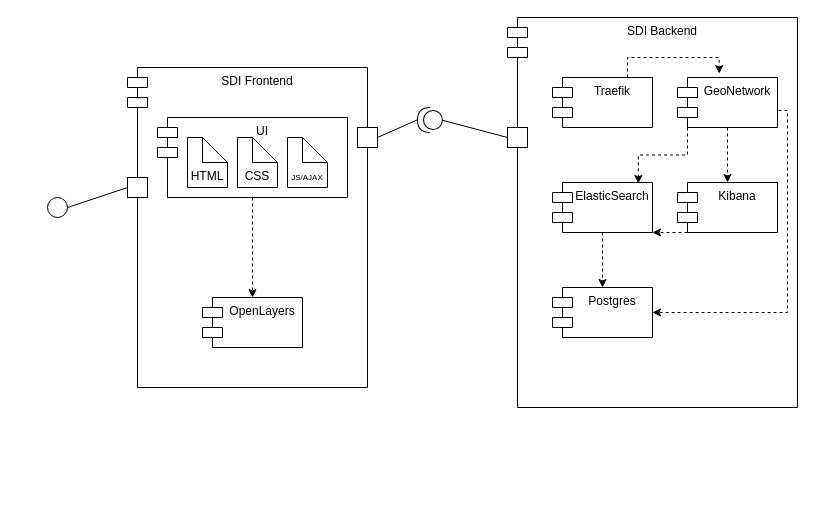
Earlier version of the draw.io diagram UMLDiag.drawio (sudikin/local-sdi). Source tidied: cells renumbered, new cells numbered last; positions are measured from the earlier drawing's top-left corner, leaving out a move shared by most shapes. Both pictures are drawn from the tidied source at 100%, with x=0, y=0 at pixel (47, 17).
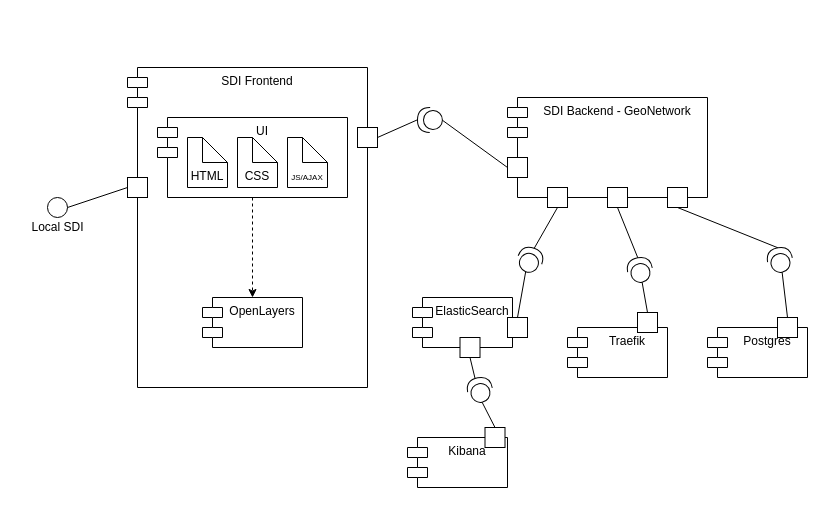
Above is the later version.

What changed in the source:
```diff
@@
-    <mxCell id="2" value="SDI Backend" style="shape=module;align=left;spacingLeft=20;align=center;verticalAlign=top;whiteSpace=wrap;html=1;" parent="1" vertex="1">
-      <mxGeometry x="460" width="290" height="390" as="geometry" />
+    <mxCell id="2" value="SDI Backend - GeoNetwork" style="shape=module;align=left;spacingLeft=20;align=center;verticalAlign=top;whiteSpace=wrap;html=1;" parent="1" vertex="1">
+      <mxGeometry x="460" y="80" width="200" height="100" as="geometry" />
     </mxCell>
     <mxCell id="3" style="fontStyle=0;labelPosition=right;verticalLabelPosition=middle;align=left;verticalAlign=middle;spacingLeft=2;html=1;" parent="1" vertex="1">
-      <mxGeometry x="460" y="110" width="20" height="20" as="geometry" />
+      <mxGeometry x="460" y="140" width="20" height="20" as="geometry" />
     </mxCell>
@@
-    <mxCell id="20" style="edgeStyle=orthogonalEdgeStyle;rounded=0;jettySize=auto;html=1;exitX=0.5;exitY=1;exitDx=0;exitDy=0;entryX=0.5;entryY=0;entryDx=0;entryDy=0;dashed=1;" parent="1" edge="1" source="21" target="27">
-      <mxGeometry relative="1" as="geometry" />
-    </mxCell>
-    <mxCell id="21" value="GeoNetwork" style="shape=module;align=left;spacingLeft=20;align=center;verticalAlign=top;whiteSpace=wrap;html=1;" parent="1" vertex="1">
-      <mxGeometry x="630" y="60" width="100" height="50" as="geometry" />
-    </mxCell>
-    <mxCell id="22" style="edgeStyle=orthogonalEdgeStyle;rounded=0;jettySize=auto;html=1;exitX=0.5;exitY=1;exitDx=0;exitDy=0;entryX=0.5;entryY=0;entryDx=0;entryDy=0;dashed=1;" parent="1" edge="1" source="23" target="24">
-      <mxGeometry relative="1" as="geometry" />
-    </mxCell>
+    <mxCell id="31" style="shape=providedRequiredInterface;html=1;verticalLabelPosition=bottom;sketch=0;rotation=-70;" parent="1" vertex="1">
+      <mxGeometry x="470" y="230" width="24.9" height="25" as="geometry" />
+    </mxCell>
+    <mxCell id="32" style="group;" parent="1" vertex="1">
+      <mxGeometry x="365" y="280" width="115" height="50" as="geometry" />
+    </mxCell>
-    <mxCell id="23" value="ElasticSearch" style="shape=module;align=left;spacingLeft=20;align=center;verticalAlign=top;whiteSpace=wrap;html=1;" parent="1" vertex="1">
-      <mxGeometry x="505" y="165" width="100" height="50" as="geometry" />
+    <mxCell id="23" value="ElasticSearch" style="shape=module;align=left;spacingLeft=20;align=center;verticalAlign=top;whiteSpace=wrap;html=1;" parent="32" vertex="1">
+      <mxGeometry width="100" height="50" as="geometry" />
     </mxCell>
+    <mxCell id="33" style="fontStyle=0;labelPosition=right;verticalLabelPosition=middle;align=left;verticalAlign=middle;spacingLeft=2;html=1;" parent="32" vertex="1">
+      <mxGeometry x="95" y="20" width="20" height="20" as="geometry" />
+    </mxCell>
+    <mxCell id="34" style="endArrow=none;startArrow=none;endFill=0;startFill=0;endSize=8;html=1;verticalAlign=bottom;labelBackgroundColor=none;strokeWidth=1;rounded=0;entryX=0.5;entryY=0;entryDx=0;entryDy=0;exitX=0;exitY=0.5;exitDx=0;exitDy=0;exitPerimeter=0;" parent="1" edge="1" source="31" target="33">
+      <mxGeometry relative="1" as="geometry" />
+    </mxCell>
+    <mxCell id="35" style="fontStyle=0;labelPosition=right;verticalLabelPosition=middle;align=left;verticalAlign=middle;spacingLeft=2;html=1;" parent="1" vertex="1">
+      <mxGeometry x="500" y="170" width="20" height="20" as="geometry" />
+    </mxCell>
+    <mxCell id="36" style="fontStyle=0;labelPosition=right;verticalLabelPosition=middle;align=left;verticalAlign=middle;spacingLeft=2;html=1;" parent="1" vertex="1">
+      <mxGeometry x="560" y="170" width="20" height="20" as="geometry" />
+    </mxCell>
+    <mxCell id="37" style="fontStyle=0;labelPosition=right;verticalLabelPosition=middle;align=left;verticalAlign=middle;spacingLeft=2;html=1;" parent="1" vertex="1">
+      <mxGeometry x="620" y="170" width="20" height="20" as="geometry" />
+    </mxCell>
+    <mxCell id="38" style="endArrow=none;startArrow=none;endFill=0;startFill=0;endSize=8;html=1;verticalAlign=bottom;labelBackgroundColor=none;strokeWidth=1;rounded=0;entryX=1;entryY=0.5;entryDx=0;entryDy=0;exitX=0.5;exitY=1;exitDx=0;exitDy=0;entryPerimeter=0;" parent="1" edge="1" source="35" target="31">
+      <mxGeometry relative="1" as="geometry" />
+    </mxCell>
+    <mxCell id="39" style="endArrow=none;startArrow=none;endFill=0;startFill=0;endSize=8;html=1;verticalAlign=bottom;labelBackgroundColor=none;strokeWidth=1;rounded=0;entryX=0.5;entryY=1;entryDx=0;entryDy=0;exitX=1;exitY=0.5;exitDx=0;exitDy=0;exitPerimeter=0;" parent="1" edge="1" source="51" target="36">
+      <mxGeometry relative="1" as="geometry" />
+    </mxCell>
+    <mxCell id="40" style="endArrow=none;startArrow=none;endFill=0;startFill=0;endSize=8;html=1;verticalAlign=bottom;labelBackgroundColor=none;strokeWidth=1;rounded=0;entryX=1;entryY=0.5;entryDx=0;entryDy=0;exitX=0.5;exitY=1;exitDx=0;exitDy=0;entryPerimeter=0;" parent="1" edge="1" source="37" target="52">
+      <mxGeometry relative="1" as="geometry" />
+    </mxCell>
+    <mxCell id="41" style="fontStyle=0;labelPosition=right;verticalLabelPosition=middle;align=left;verticalAlign=middle;spacingLeft=2;html=1;" parent="1" vertex="1">
+      <mxGeometry x="412.5" y="320" width="20" height="20" as="geometry" />
+    </mxCell>
+    <mxCell id="42" style="group;" parent="1" vertex="1">
+      <mxGeometry x="360" y="410" width="100" height="60" as="geometry" />
+    </mxCell>
+    <mxCell id="27" value="Kibana" style="shape=module;align=left;spacingLeft=20;align=center;verticalAlign=top;whiteSpace=wrap;html=1;" parent="42" vertex="1">
+      <mxGeometry y="10" width="100" height="50" as="geometry" />
+    </mxCell>
+    <mxCell id="43" style="fontStyle=0;labelPosition=right;verticalLabelPosition=middle;align=left;verticalAlign=middle;spacingLeft=2;html=1;" parent="42" vertex="1">
+      <mxGeometry x="77.5" width="20" height="20" as="geometry" />
+    </mxCell>
+    <mxCell id="44" style="shape=providedRequiredInterface;html=1;verticalLabelPosition=bottom;sketch=0;rotation=-100;" parent="1" vertex="1">
+      <mxGeometry x="420" y="360" width="24.9" height="25" as="geometry" />
+    </mxCell>
+    <mxCell id="45" style="endArrow=none;startArrow=none;endFill=0;startFill=0;endSize=8;html=1;verticalAlign=bottom;labelBackgroundColor=none;strokeWidth=1;rounded=0;entryX=0;entryY=0.5;entryDx=0;entryDy=0;exitX=0.5;exitY=0;exitDx=0;exitDy=0;entryPerimeter=0;" parent="1" edge="1" source="43" target="44">
+      <mxGeometry relative="1" as="geometry" />
+    </mxCell>
+    <mxCell id="46" style="endArrow=none;startArrow=none;endFill=0;startFill=0;endSize=8;html=1;verticalAlign=bottom;labelBackgroundColor=none;strokeWidth=1;rounded=0;entryX=0.5;entryY=1;entryDx=0;entryDy=0;exitX=1.006;exitY=0.386;exitDx=0;exitDy=0;exitPerimeter=0;" parent="1" edge="1" source="44" target="41">
+      <mxGeometry relative="1" as="geometry" />
+    </mxCell>
+    <mxCell id="47" style="group;" parent="1" vertex="1">
+      <mxGeometry x="520" y="295" width="100" height="65" as="geometry" />
+    </mxCell>
+    <mxCell id="25" value="Traefik" style="shape=module;align=left;spacingLeft=20;align=center;verticalAlign=top;whiteSpace=wrap;html=1;" parent="47" vertex="1">
+      <mxGeometry y="15" width="100" height="50" as="geometry" />
+    </mxCell>
+    <mxCell id="48" style="fontStyle=0;labelPosition=right;verticalLabelPosition=middle;align=left;verticalAlign=middle;spacingLeft=2;html=1;" parent="47" vertex="1">
+      <mxGeometry x="70" width="20" height="20" as="geometry" />
+    </mxCell>
+    <mxCell id="49" style="group;" parent="1" vertex="1">
+      <mxGeometry x="660" y="300" width="100" height="60" as="geometry" />
+    </mxCell>
-    <mxCell id="24" value="Postgres" style="shape=module;align=left;spacingLeft=20;align=center;verticalAlign=top;whiteSpace=wrap;html=1;" parent="1" vertex="1">
-      <mxGeometry x="505" y="270" width="100" height="50" as="geometry" />
+    <mxCell id="24" value="Postgres" style="shape=module;align=left;spacingLeft=20;align=center;verticalAlign=top;whiteSpace=wrap;html=1;" parent="49" vertex="1">
+      <mxGeometry y="10" width="100" height="50" as="geometry" />
     </mxCell>
-    <mxCell id="25" value="Traefik" style="shape=module;align=left;spacingLeft=20;align=center;verticalAlign=top;whiteSpace=wrap;html=1;" parent="1" vertex="1">
-      <mxGeometry x="505" y="60" width="100" height="50" as="geometry" />
-    </mxCell>
-    <mxCell id="26" style="edgeStyle=orthogonalEdgeStyle;rounded=0;jettySize=auto;html=1;exitX=0;exitY=1;exitDx=10;exitDy=0;exitPerimeter=0;entryX=1;entryY=1;entryDx=0;entryDy=0;dashed=1;" parent="1" edge="1" source="27" target="23">
-      <mxGeometry relative="1" as="geometry" />
-    </mxCell>
-    <mxCell id="27" value="Kibana" style="shape=module;align=left;spacingLeft=20;align=center;verticalAlign=top;whiteSpace=wrap;html=1;" parent="1" vertex="1">
-      <mxGeometry x="630" y="165" width="100" height="50" as="geometry" />
-    </mxCell>
-    <mxCell id="28" style="edgeStyle=orthogonalEdgeStyle;rounded=0;jettySize=auto;html=1;exitX=1.01;exitY=0.658;exitDx=0;exitDy=0;entryX=1;entryY=0.5;entryDx=0;entryDy=0;exitPerimeter=0;dashed=1;" parent="1" edge="1" source="21" target="24">
-      <mxGeometry relative="1" as="geometry">
-        <Array as="points">
-          <mxPoint x="740" y="93" />
-          <mxPoint x="740" y="295" />
-        </Array>
-      </mxGeometry>
-    </mxCell>
-    <mxCell id="29" style="edgeStyle=orthogonalEdgeStyle;rounded=0;jettySize=auto;html=1;exitX=0;exitY=1;exitDx=10;exitDy=0;exitPerimeter=0;entryX=0.858;entryY=0.02;entryDx=0;entryDy=0;entryPerimeter=0;dashed=1;" parent="1" edge="1" source="21" target="23">
-      <mxGeometry relative="1" as="geometry" />
-    </mxCell>
-    <mxCell id="30" style="edgeStyle=orthogonalEdgeStyle;rounded=0;jettySize=auto;html=1;exitX=0.75;exitY=0;exitDx=0;exitDy=0;entryX=0.417;entryY=-0.077;entryDx=0;entryDy=0;entryPerimeter=0;dashed=1;" parent="1" edge="1" source="25" target="21">
-      <mxGeometry relative="1" as="geometry">
-        <Array as="points">
-          <mxPoint x="580" y="40" />
-          <mxPoint x="672" y="40" />
-        </Array>
-      </mxGeometry>
-    </mxCell>
+    <mxCell id="50" style="fontStyle=0;labelPosition=right;verticalLabelPosition=middle;align=left;verticalAlign=middle;spacingLeft=2;html=1;" parent="49" vertex="1">
+      <mxGeometry x="70" width="20" height="20" as="geometry" />
+    </mxCell>
+    <mxCell id="51" style="shape=providedRequiredInterface;html=1;verticalLabelPosition=bottom;sketch=0;rotation=-100;" parent="1" vertex="1">
+      <mxGeometry x="580" y="240" width="24.9" height="25" as="geometry" />
+    </mxCell>
+    <mxCell id="52" style="shape=providedRequiredInterface;html=1;verticalLabelPosition=bottom;sketch=0;rotation=-100;" parent="1" vertex="1">
+      <mxGeometry x="720" y="230" width="24.9" height="25" as="geometry" />
+    </mxCell>
+    <mxCell id="53" style="endArrow=none;startArrow=none;endFill=0;startFill=0;endSize=8;html=1;verticalAlign=bottom;labelBackgroundColor=none;strokeWidth=1;rounded=0;entryX=0.5;entryY=0;entryDx=0;entryDy=0;exitX=0;exitY=0.5;exitDx=0;exitDy=0;exitPerimeter=0;" parent="1" edge="1" source="51" target="48">
+      <mxGeometry relative="1" as="geometry" />
+    </mxCell>
+    <mxCell id="54" style="endArrow=none;startArrow=none;endFill=0;startFill=0;endSize=8;html=1;verticalAlign=bottom;labelBackgroundColor=none;strokeWidth=1;rounded=0;entryX=0.5;entryY=0;entryDx=0;entryDy=0;exitX=0;exitY=0.5;exitDx=0;exitDy=0;exitPerimeter=0;" parent="1" edge="1" source="52" target="50">
+      <mxGeometry relative="1" as="geometry" />
+    </mxCell>
+    <mxCell id="55" value="Local SDI" style="text;html=1;align=center;verticalAlign=middle;strokeColor=none;fillColor=none;" parent="1" vertex="1">
+      <mxGeometry x="-30" y="195" width="80" height="30" as="geometry" />
+    </mxCell>
```
